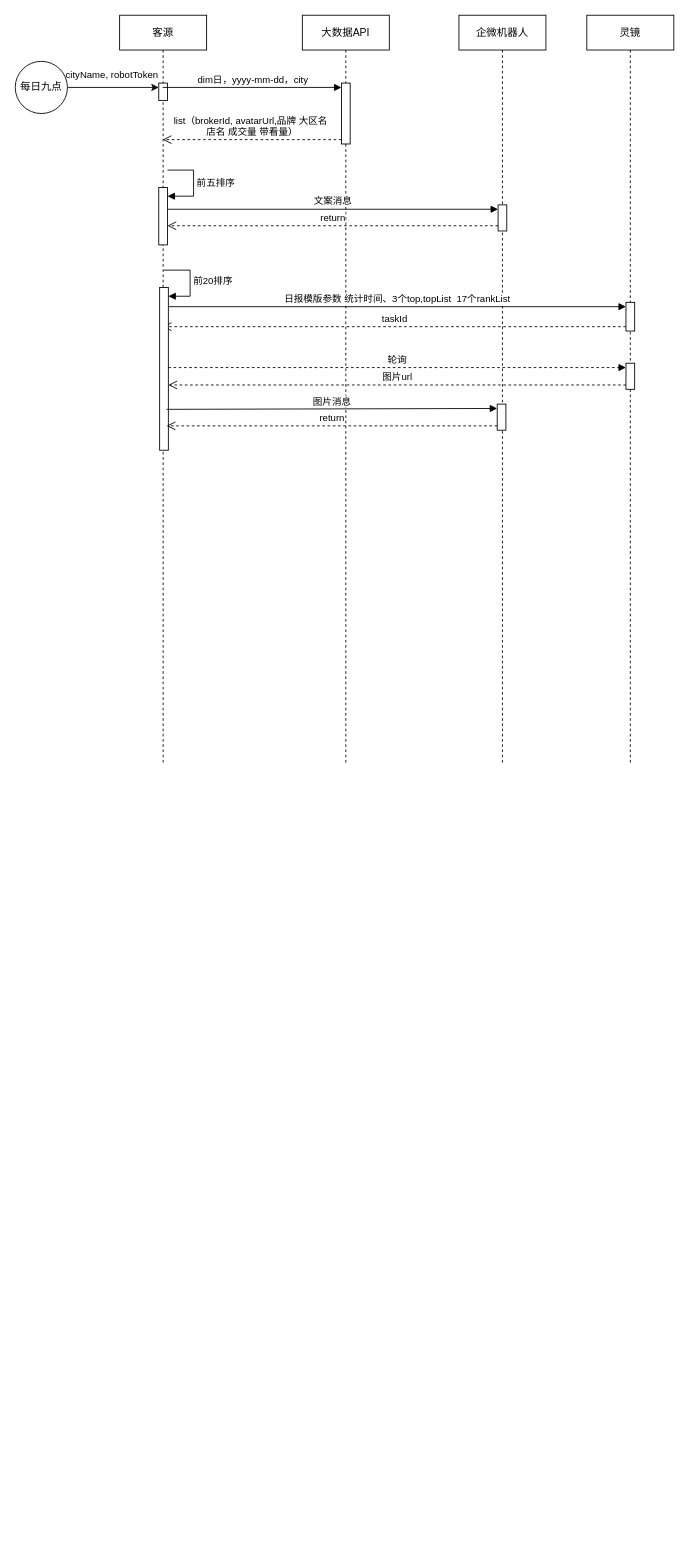
Earlier version of the draw.io diagram 喜报迭代.drawio (SmellyTrotter/draw.io). Source tidied: cells renumbered, new cells numbered last; positions are measured from the earlier drawing's top-left corner, leaving out a move shared by most shapes. Both pictures are drawn from the tidied source at 87%, with x=0, y=0 at pixel (15, 15).
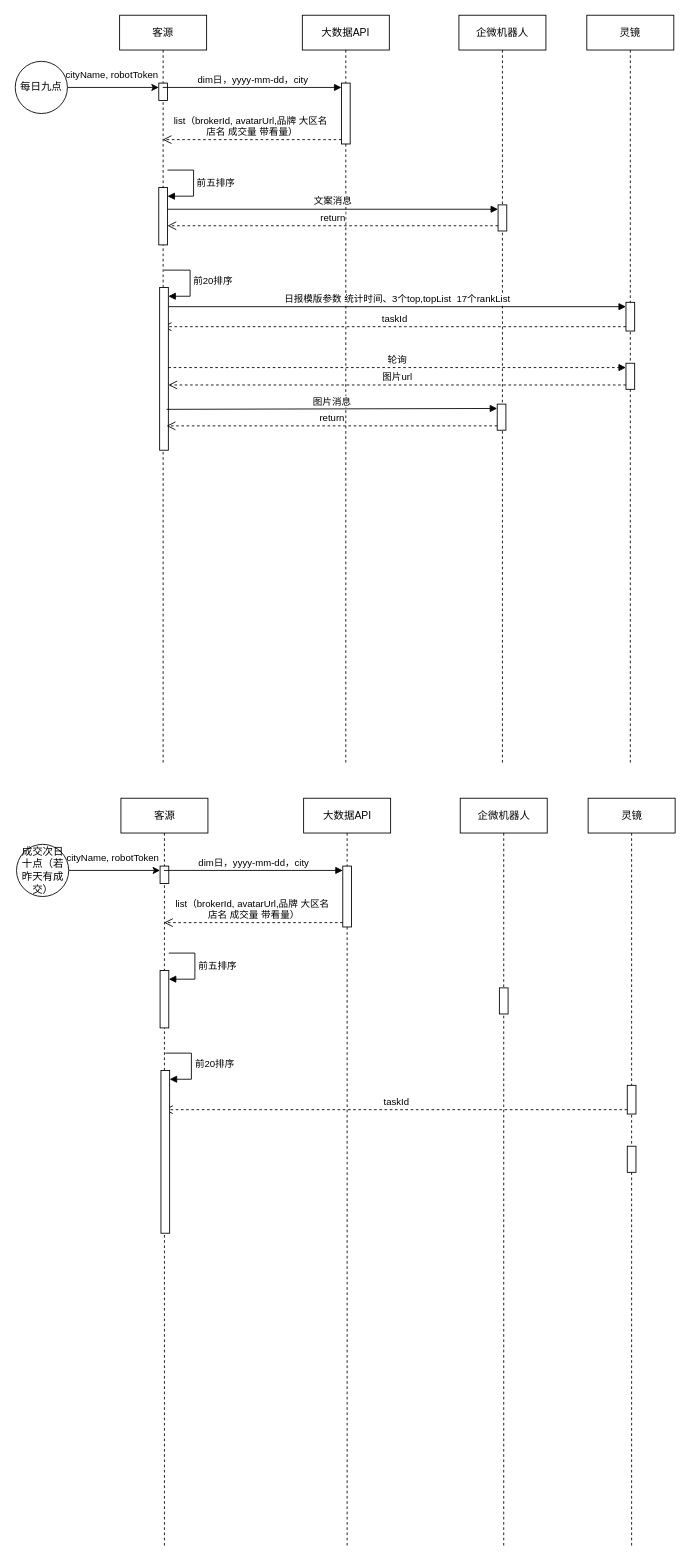
Above is the later version.

Commit message:
更新喜报迭代.drawio

Change to the diagram source:
```diff
@@
+    <mxCell id="29" style="edgeStyle=orthogonalEdgeStyle;rounded=0;jettySize=auto;html=1;entryX=0;entryY=0;entryDx=0;entryDy=5;entryPerimeter=0;" parent="1" edge="1" source="31" target="38">
+      <mxGeometry relative="1" as="geometry" />
+    </mxCell>
+    <mxCell id="30" value="cityName, robotToken" style="edgeLabel;html=1;align=center;verticalAlign=middle;" parent="29" vertex="1">
+      <mxGeometry x="-0.47" relative="1" as="geometry">
+        <mxPoint x="22" y="-15" as="offset" />
+      </mxGeometry>
+    </mxCell>
+    <mxCell id="31" value="成交次日十点（若昨天有成交）" style="ellipse;whiteSpace=wrap;html=1;" parent="1" vertex="1">
+      <mxGeometry x="1.5" y="953" width="60" height="60" as="geometry" />
+    </mxCell>
+    <mxCell id="32" value="大数据API" style="shape=umlLifeline;perimeter=lifelinePerimeter;whiteSpace=wrap;html=1;newEdgeStyle={&quot;curved&quot;:0,&quot;rounded&quot;:0};" parent="1" vertex="1">
+      <mxGeometry x="331.5" y="900" width="100" height="860" as="geometry" />
+    </mxCell>
+    <mxCell id="33" style="html=1;points=[[0,0,0,0,5],[0,1,0,0,-5],[1,0,0,0,5],[1,1,0,0,-5]];perimeter=orthogonalPerimeter;outlineConnect=0;targetShapes=umlLifeline;portConstraint=eastwest;newEdgeStyle={&quot;curved&quot;:0,&quot;rounded&quot;:0};" parent="32" vertex="1">
+      <mxGeometry x="45" y="78" width="10" height="70" as="geometry" />
+    </mxCell>
+    <mxCell id="34" value="企微机器人" style="shape=umlLifeline;perimeter=lifelinePerimeter;whiteSpace=wrap;html=1;newEdgeStyle={&quot;curved&quot;:0,&quot;rounded&quot;:0};" parent="1" vertex="1">
+      <mxGeometry x="511.5" y="900" width="100" height="860" as="geometry" />
+    </mxCell>
+    <mxCell id="35" style="html=1;perimeter=orthogonalPerimeter;targetShapes=umlLifeline;newEdgeStyle={&quot;curved&quot;:0,&quot;rounded&quot;:0};" parent="34" vertex="1">
+      <mxGeometry x="45" y="218" width="10" height="30" as="geometry" />
+    </mxCell>
+    <mxCell id="36" value="taskId" style="html=1;verticalAlign=bottom;endArrow=open;dashed=1;endSize=8;curved=0;rounded=0;exitX=0;exitY=1;exitDx=0;exitDy=-5;" parent="34" edge="1" source="46">
+      <mxGeometry relative="1" as="geometry">
+        <mxPoint x="-340.5" y="358" as="targetPoint" />
+      </mxGeometry>
+    </mxCell>
+    <mxCell id="37" value="客源" style="shape=umlLifeline;perimeter=lifelinePerimeter;whiteSpace=wrap;html=1;newEdgeStyle={&quot;curved&quot;:0,&quot;rounded&quot;:0};" parent="1" vertex="1">
+      <mxGeometry x="121.5" y="900" width="100" height="860" as="geometry" />
+    </mxCell>
+    <mxCell id="38" style="html=1;points=[[0,0,0,0,5],[0,1,0,0,-5],[1,0,0,0,5],[1,1,0,0,-5]];perimeter=orthogonalPerimeter;outlineConnect=0;targetShapes=umlLifeline;portConstraint=eastwest;newEdgeStyle={&quot;curved&quot;:0,&quot;rounded&quot;:0};" parent="37" vertex="1">
+      <mxGeometry x="45" y="78" width="10" height="20" as="geometry" />
+    </mxCell>
+    <mxCell id="39" style="html=1;points=[[0,0,0,0,5],[0,1,0,0,-5],[1,0,0,0,5],[1,1,0,0,-5]];perimeter=orthogonalPerimeter;outlineConnect=0;targetShapes=umlLifeline;portConstraint=eastwest;newEdgeStyle={&quot;curved&quot;:0,&quot;rounded&quot;:0};" parent="37" vertex="1">
+      <mxGeometry x="45" y="198" width="10" height="66" as="geometry" />
+    </mxCell>
+    <mxCell id="40" value="前五排序" style="html=1;align=left;spacingLeft=2;endArrow=block;rounded=0;edgeStyle=orthogonalEdgeStyle;curved=0;rounded=0;" parent="37" edge="1" target="39">
+      <mxGeometry relative="1" as="geometry">
+        <mxPoint x="55" y="178" as="sourcePoint" />
+        <Array as="points">
+          <mxPoint x="85" y="208" />
+        </Array>
+      </mxGeometry>
+    </mxCell>
+    <mxCell id="41" style="html=1;points=[[0,0,0,0,5],[0,1,0,0,-5],[1,0,0,0,5],[1,1,0,0,-5]];perimeter=orthogonalPerimeter;outlineConnect=0;targetShapes=umlLifeline;portConstraint=eastwest;newEdgeStyle={&quot;curved&quot;:0,&quot;rounded&quot;:0};" parent="37" vertex="1">
+      <mxGeometry x="46" y="313" width="10" height="187" as="geometry" />
+    </mxCell>
+    <mxCell id="42" value="前20排序" style="html=1;align=left;spacingLeft=2;endArrow=block;rounded=0;edgeStyle=orthogonalEdgeStyle;curved=0;rounded=0;" parent="37" edge="1" target="41">
+      <mxGeometry relative="1" as="geometry">
+        <mxPoint x="51" y="293" as="sourcePoint" />
+        <Array as="points">
+          <mxPoint x="81" y="323" />
+        </Array>
+      </mxGeometry>
+    </mxCell>
+    <mxCell id="43" value="list（brokerId, avatarUrl,品牌 大区名&amp;nbsp;&lt;div&gt;店名 成交量 带看量）&lt;/div&gt;" style="html=1;verticalAlign=bottom;endArrow=open;dashed=1;endSize=8;curved=0;rounded=0;exitX=0;exitY=1;exitDx=0;exitDy=-5;" parent="1" edge="1" source="33">
+      <mxGeometry relative="1" as="geometry">
+        <mxPoint x="171" y="1043" as="targetPoint" />
+      </mxGeometry>
+    </mxCell>
+    <mxCell id="44" value="dim日，yyyy-mm-dd，city" style="html=1;verticalAlign=bottom;endArrow=block;curved=0;rounded=0;entryX=0;entryY=0;entryDx=0;entryDy=5;" parent="1" edge="1" target="33">
+      <mxGeometry relative="1" as="geometry">
+        <mxPoint x="171" y="983" as="sourcePoint" />
+      </mxGeometry>
+    </mxCell>
+    <mxCell id="45" value="灵镜" style="shape=umlLifeline;perimeter=lifelinePerimeter;whiteSpace=wrap;html=1;newEdgeStyle={&quot;curved&quot;:0,&quot;rounded&quot;:0};" parent="1" vertex="1">
+      <mxGeometry x="658.5" y="900" width="100" height="860" as="geometry" />
+    </mxCell>
+    <mxCell id="46" style="html=1;points=[[0,0,0,0,5],[0,1,0,0,-5],[1,0,0,0,5],[1,1,0,0,-5]];perimeter=orthogonalPerimeter;outlineConnect=0;targetShapes=umlLifeline;portConstraint=eastwest;newEdgeStyle={&quot;curved&quot;:0,&quot;rounded&quot;:0};" parent="45" vertex="1">
+      <mxGeometry x="45" y="330" width="10" height="33" as="geometry" />
+    </mxCell>
+    <mxCell id="47" style="html=1;perimeter=orthogonalPerimeter;targetShapes=umlLifeline;newEdgeStyle={&quot;curved&quot;:0,&quot;rounded&quot;:0};" parent="45" vertex="1">
+      <mxGeometry x="45" y="400" width="10" height="30" as="geometry" />
+    </mxCell>
```
